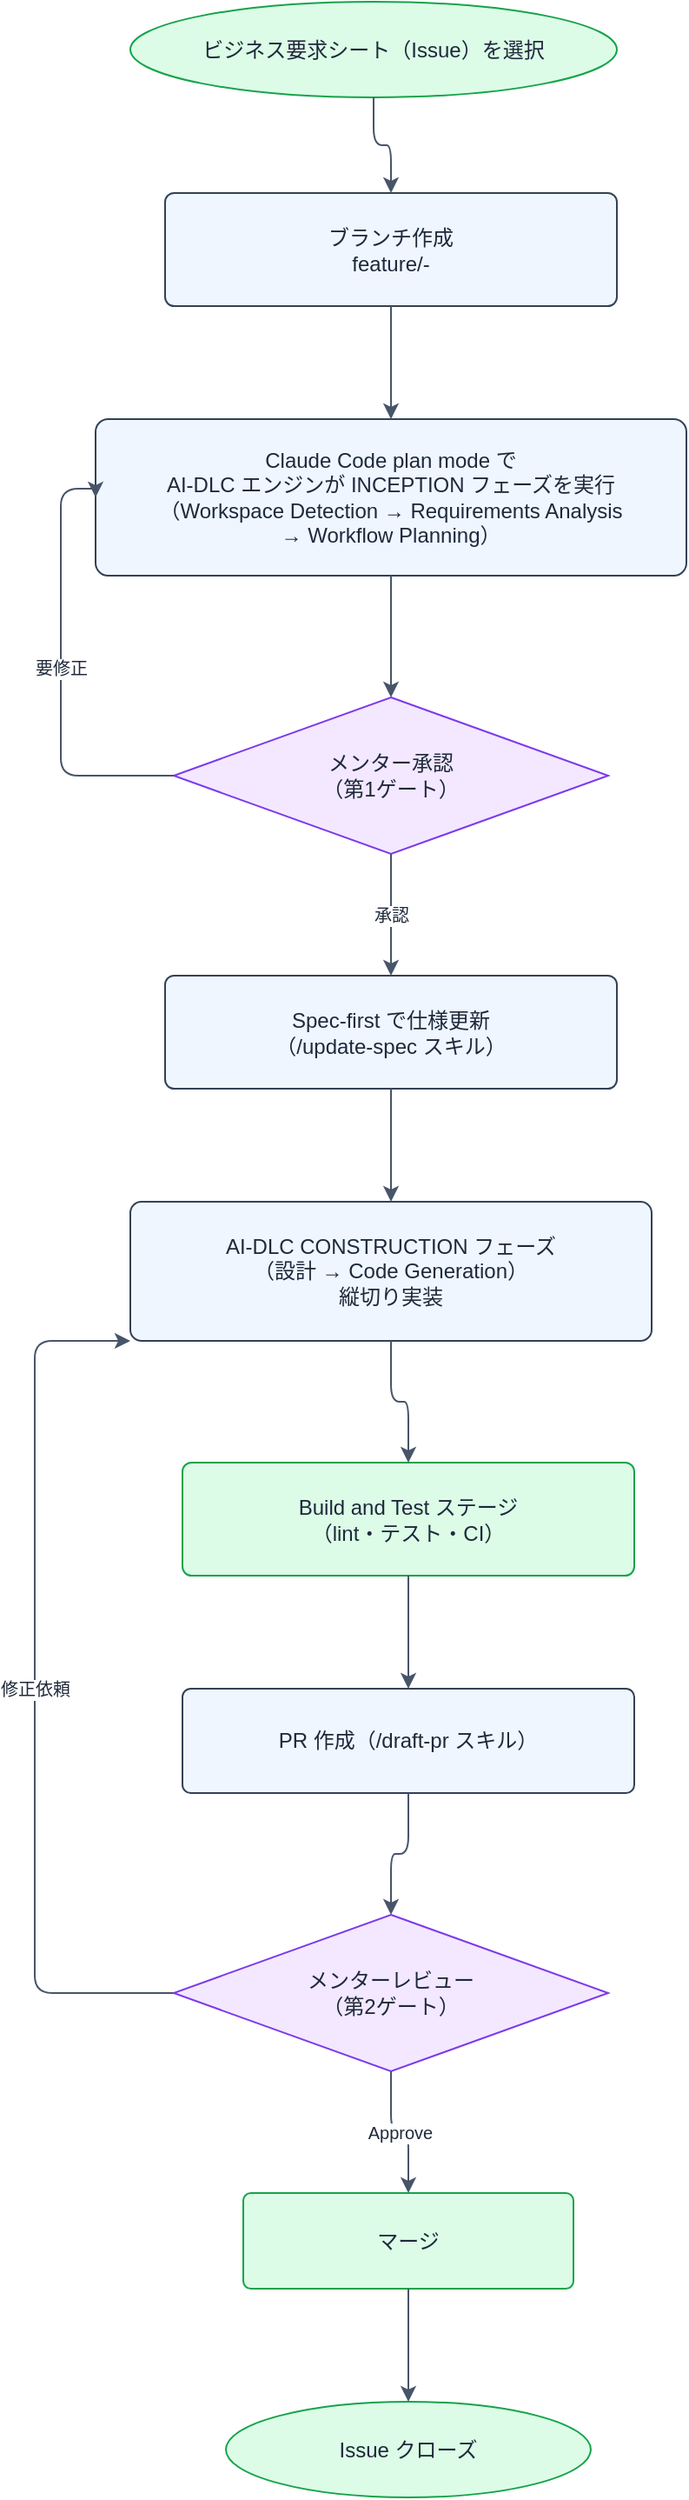
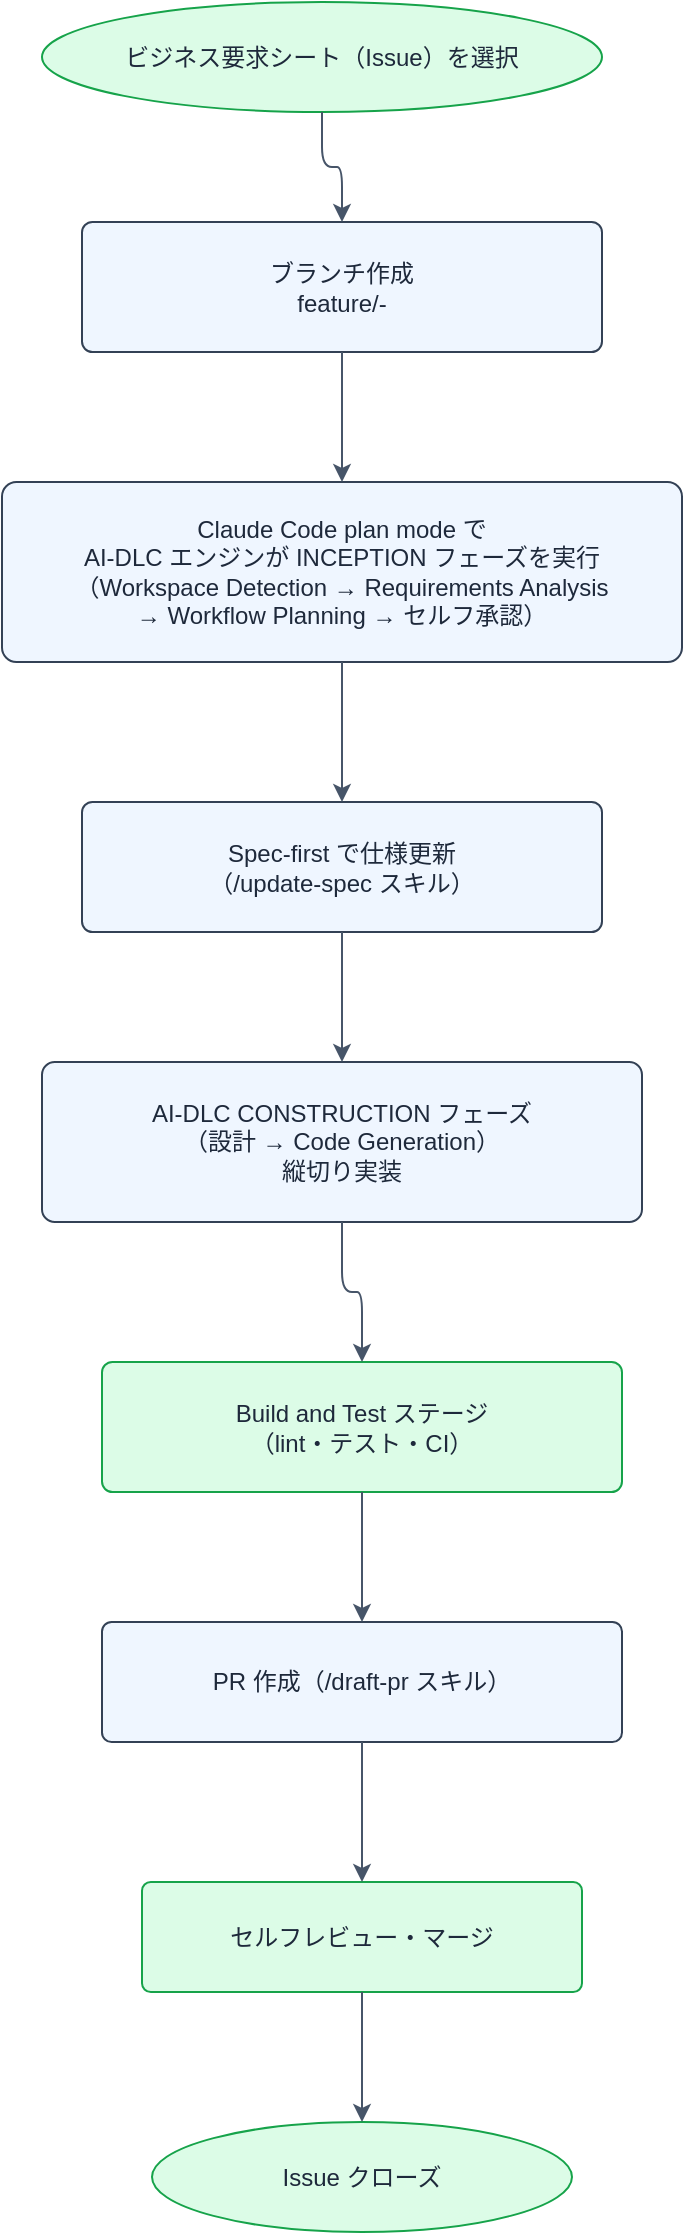
<?xml version="1.0" encoding="UTF-8"?>
<mxfile host="drawio" version="26.0.0">
  <diagram name="標準開発フロー">
    <mxGraphModel>
      <root>
        <mxCell id="0" />
        <mxCell id="1" parent="0" />
        <!-- A: ビジネス要求シート（Issue）を選択 -->
        <mxCell id="2" value="ビジネス要求シート（Issue）を選択" style="ellipse;whiteSpace=wrap;html=1;fillColor=#DCFCE7;strokeColor=#16A34A;fontColor=#1E293B;" vertex="1" parent="1">
          <mxGeometry x="240" y="20" width="280" height="55" as="geometry" />
        </mxCell>
        <!-- B: ブランチ作成 -->
        <mxCell id="3" value="ブランチ作成&#xa;feature/&lt;issue番号&gt;-&lt;short-desc&gt;" style="rounded=1;whiteSpace=wrap;html=1;fillColor=#EFF6FF;strokeColor=#334155;fontColor=#1E293B;arcSize=8;" vertex="1" parent="1">
          <mxGeometry x="260" y="130" width="260" height="65" as="geometry" />
        </mxCell>
        <!-- C: AI-DLC INCEPTION -->
-         <mxCell id="4" value="Claude Code plan mode で&#xa;AI-DLC エンジンが INCEPTION フェーズを実行&#xa;（Workspace Detection → Requirements Analysis&#xa;→ Workflow Planning）" style="rounded=1;whiteSpace=wrap;html=1;fillColor=#EFF6FF;strokeColor=#334155;fontColor=#1E293B;arcSize=8;" vertex="1" parent="1">
+         <mxCell id="4" value="Claude Code plan mode で&#xa;AI-DLC エンジンが INCEPTION フェーズを実行&#xa;（Workspace Detection → Requirements Analysis&#xa;→ Workflow Planning → セルフ承認）" style="rounded=1;whiteSpace=wrap;html=1;fillColor=#EFF6FF;strokeColor=#334155;fontColor=#1E293B;arcSize=8;" vertex="1" parent="1">
          <mxGeometry x="220" y="260" width="340" height="90" as="geometry" />
-         </mxCell>
-         <!-- G1: メンター承認 第1ゲート -->
-         <mxCell id="5" value="メンター承認&#xa;（第1ゲート）" style="rhombus;whiteSpace=wrap;html=1;fillColor=#F3E8FF;strokeColor=#7C3AED;fontColor=#1E293B;" vertex="1" parent="1">
-           <mxGeometry x="265" y="420" width="250" height="90" as="geometry" />
        </mxCell>
        <!-- D: Spec-first で仕様更新 -->
        <mxCell id="6" value="Spec-first で仕様更新&#xa;（/update-spec スキル）" style="rounded=1;whiteSpace=wrap;html=1;fillColor=#EFF6FF;strokeColor=#334155;fontColor=#1E293B;arcSize=8;" vertex="1" parent="1">
-           <mxGeometry x="260" y="580" width="260" height="65" as="geometry" />
+           <mxGeometry x="260" y="420" width="260" height="65" as="geometry" />
        </mxCell>
        <!-- E: AI-DLC CONSTRUCTION -->
        <mxCell id="7" value="AI-DLC CONSTRUCTION フェーズ&#xa;（設計 → Code Generation）&#xa;縦切り実装" style="rounded=1;whiteSpace=wrap;html=1;fillColor=#EFF6FF;strokeColor=#334155;fontColor=#1E293B;arcSize=8;" vertex="1" parent="1">
-           <mxGeometry x="240" y="710" width="300" height="80" as="geometry" />
+           <mxGeometry x="240" y="550" width="300" height="80" as="geometry" />
        </mxCell>
        <!-- F: Build and Test -->
        <mxCell id="8" value="Build and Test ステージ&#xa;（lint・テスト・CI）" style="rounded=1;whiteSpace=wrap;html=1;fillColor=#DCFCE7;strokeColor=#16A34A;fontColor=#1E293B;arcSize=8;" vertex="1" parent="1">
-           <mxGeometry x="270" y="860" width="260" height="65" as="geometry" />
+           <mxGeometry x="270" y="700" width="260" height="65" as="geometry" />
        </mxCell>
        <!-- H: PR 作成 -->
        <mxCell id="9" value="PR 作成（/draft-pr スキル）" style="rounded=1;whiteSpace=wrap;html=1;fillColor=#EFF6FF;strokeColor=#334155;fontColor=#1E293B;arcSize=8;" vertex="1" parent="1">
-           <mxGeometry x="270" y="990" width="260" height="60" as="geometry" />
+           <mxGeometry x="270" y="830" width="260" height="60" as="geometry" />
        </mxCell>
-         <!-- G2: メンターレビュー 第2ゲート -->
-         <mxCell id="10" value="メンターレビュー&#xa;（第2ゲート）" style="rhombus;whiteSpace=wrap;html=1;fillColor=#F3E8FF;strokeColor=#7C3AED;fontColor=#1E293B;" vertex="1" parent="1">
-           <mxGeometry x="265" y="1120" width="250" height="90" as="geometry" />
-         </mxCell>
-         <!-- I: マージ -->
-         <mxCell id="11" value="マージ" style="rounded=1;whiteSpace=wrap;html=1;fillColor=#DCFCE7;strokeColor=#16A34A;fontColor=#1E293B;arcSize=8;" vertex="1" parent="1">
-           <mxGeometry x="305" y="1280" width="190" height="55" as="geometry" />
+         <!-- I: セルフレビュー・マージ -->
+         <mxCell id="11" value="セルフレビュー・マージ" style="rounded=1;whiteSpace=wrap;html=1;fillColor=#DCFCE7;strokeColor=#16A34A;fontColor=#1E293B;arcSize=8;" vertex="1" parent="1">
+           <mxGeometry x="290" y="960" width="220" height="55" as="geometry" />
        </mxCell>
        <!-- J: Issue クローズ -->
        <mxCell id="12" value="Issue クローズ" style="ellipse;whiteSpace=wrap;html=1;fillColor=#DCFCE7;strokeColor=#16A34A;fontColor=#1E293B;" vertex="1" parent="1">
-           <mxGeometry x="295" y="1400" width="210" height="55" as="geometry" />
+           <mxGeometry x="295" y="1080" width="210" height="55" as="geometry" />
        </mxCell>
        <!-- Edges -->
        <!-- A → B -->
        <mxCell id="13" value="" style="edgeStyle=orthogonalEdgeStyle;rounded=1;orthogonalLoop=1;jettySize=auto;html=1;strokeColor=#475569;" edge="1" parent="1" source="2" target="3">
          <mxGeometry relative="1" as="geometry" />
        </mxCell>
        <!-- B → C -->
        <mxCell id="14" value="" style="edgeStyle=orthogonalEdgeStyle;rounded=1;orthogonalLoop=1;jettySize=auto;html=1;strokeColor=#475569;" edge="1" parent="1" source="3" target="4">
          <mxGeometry relative="1" as="geometry" />
        </mxCell>
-         <!-- C → G1 -->
-         <mxCell id="15" value="" style="edgeStyle=orthogonalEdgeStyle;rounded=1;orthogonalLoop=1;jettySize=auto;html=1;strokeColor=#475569;" edge="1" parent="1" source="4" target="5">
+         <!-- C → D -->
+         <mxCell id="15" value="" style="edgeStyle=orthogonalEdgeStyle;rounded=1;orthogonalLoop=1;jettySize=auto;html=1;strokeColor=#475569;" edge="1" parent="1" source="4" target="6">
          <mxGeometry relative="1" as="geometry" />
-         </mxCell>
-         <!-- G1 → D（承認） -->
-         <mxCell id="16" value="承認" style="edgeStyle=orthogonalEdgeStyle;rounded=1;orthogonalLoop=1;jettySize=auto;html=1;strokeColor=#475569;fontColor=#1E293B;fontSize=10;exitX=0.5;exitY=1;exitDx=0;exitDy=0;entryX=0.5;entryY=0;entryDx=0;entryDy=0;" edge="1" parent="1" source="5" target="6">
-           <mxGeometry relative="1" as="geometry" />
-         </mxCell>
-         <!-- G1 → C（要修正） -->
-         <mxCell id="17" value="要修正" style="edgeStyle=orthogonalEdgeStyle;rounded=1;orthogonalLoop=1;jettySize=auto;html=1;strokeColor=#475569;fontColor=#1E293B;fontSize=10;exitX=0;exitY=0.5;exitDx=0;exitDy=0;entryX=0;entryY=0.5;entryDx=0;entryDy=0;" edge="1" parent="1" source="5" target="4">
-           <mxGeometry relative="1" as="geometry">
-             <Array as="points">
-               <mxPoint x="200" y="465" />
-               <mxPoint x="200" y="300" />
-             </Array>
-           </mxGeometry>
        </mxCell>
        <!-- D → E -->
        <mxCell id="18" value="" style="edgeStyle=orthogonalEdgeStyle;rounded=1;orthogonalLoop=1;jettySize=auto;html=1;strokeColor=#475569;" edge="1" parent="1" source="6" target="7">
          <mxGeometry relative="1" as="geometry" />
        </mxCell>
        <!-- E → F -->
        <mxCell id="19" value="" style="edgeStyle=orthogonalEdgeStyle;rounded=1;orthogonalLoop=1;jettySize=auto;html=1;strokeColor=#475569;" edge="1" parent="1" source="7" target="8">
          <mxGeometry relative="1" as="geometry" />
        </mxCell>
        <!-- F → H -->
        <mxCell id="20" value="" style="edgeStyle=orthogonalEdgeStyle;rounded=1;orthogonalLoop=1;jettySize=auto;html=1;strokeColor=#475569;" edge="1" parent="1" source="8" target="9">
          <mxGeometry relative="1" as="geometry" />
        </mxCell>
-         <!-- H → G2 -->
-         <mxCell id="21" value="" style="edgeStyle=orthogonalEdgeStyle;rounded=1;orthogonalLoop=1;jettySize=auto;html=1;strokeColor=#475569;" edge="1" parent="1" source="9" target="10">
+         <!-- H → I -->
+         <mxCell id="21" value="" style="edgeStyle=orthogonalEdgeStyle;rounded=1;orthogonalLoop=1;jettySize=auto;html=1;strokeColor=#475569;" edge="1" parent="1" source="9" target="11">
          <mxGeometry relative="1" as="geometry" />
-         </mxCell>
-         <!-- G2 → I（Approve） -->
-         <mxCell id="22" value="Approve" style="edgeStyle=orthogonalEdgeStyle;rounded=1;orthogonalLoop=1;jettySize=auto;html=1;strokeColor=#475569;fontColor=#1E293B;fontSize=10;exitX=0.5;exitY=1;exitDx=0;exitDy=0;entryX=0.5;entryY=0;entryDx=0;entryDy=0;" edge="1" parent="1" source="10" target="11">
-           <mxGeometry relative="1" as="geometry" />
-         </mxCell>
-         <!-- G2 → E（修正依頼） -->
-         <mxCell id="23" value="修正依頼" style="edgeStyle=orthogonalEdgeStyle;rounded=1;orthogonalLoop=1;jettySize=auto;html=1;strokeColor=#475569;fontColor=#1E293B;fontSize=10;exitX=0;exitY=0.5;exitDx=0;exitDy=0;entryX=0;entryY=1;entryDx=0;entryDy=0;" edge="1" parent="1" source="10" target="7">
-           <mxGeometry relative="1" as="geometry">
-             <Array as="points">
-               <mxPoint x="185" y="1165" />
-               <mxPoint x="185" y="790" />
-             </Array>
-           </mxGeometry>
        </mxCell>
        <!-- I → J -->
        <mxCell id="24" value="" style="edgeStyle=orthogonalEdgeStyle;rounded=1;orthogonalLoop=1;jettySize=auto;html=1;strokeColor=#475569;" edge="1" parent="1" source="11" target="12">
          <mxGeometry relative="1" as="geometry" />
        </mxCell>
      </root>
    </mxGraphModel>
  </diagram>
</mxfile>
